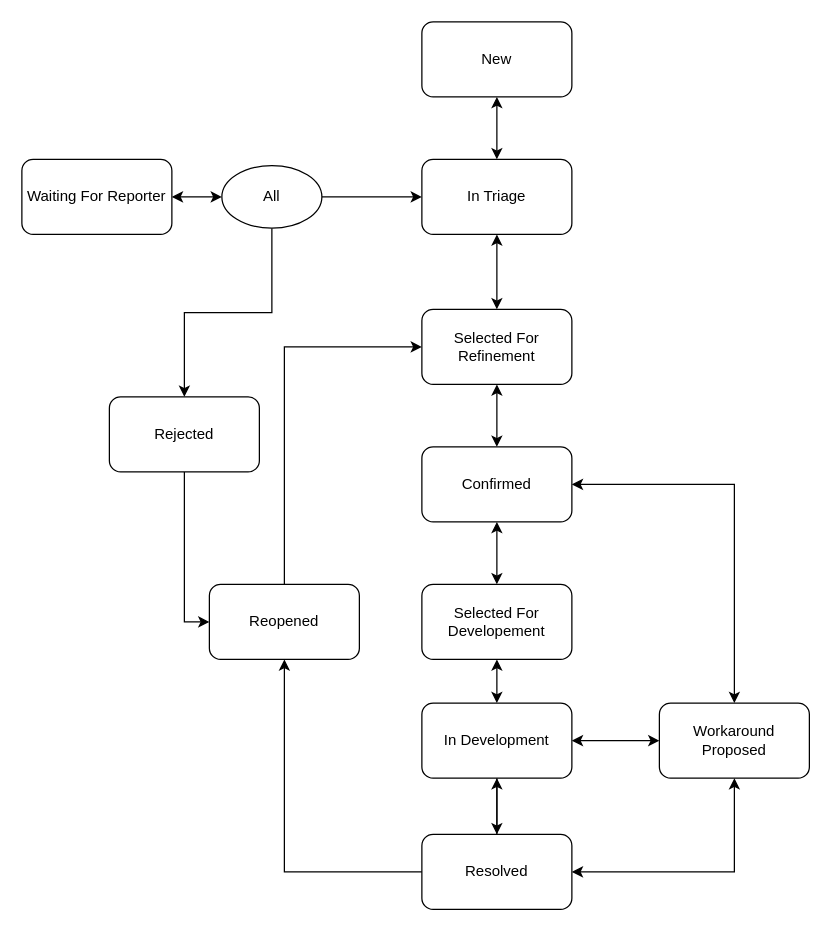
Above: Untitled Diagram.drawio in MKlimuszka/project-management (draw.io), before the change. Source tidied: cells renumbered, new cells numbered last; positions are measured from the earlier drawing's top-left corner, leaving out a move shared by most shapes. Both pictures are drawn from the tidied source at 125%, with x=0, y=0 at pixel (21, 21).
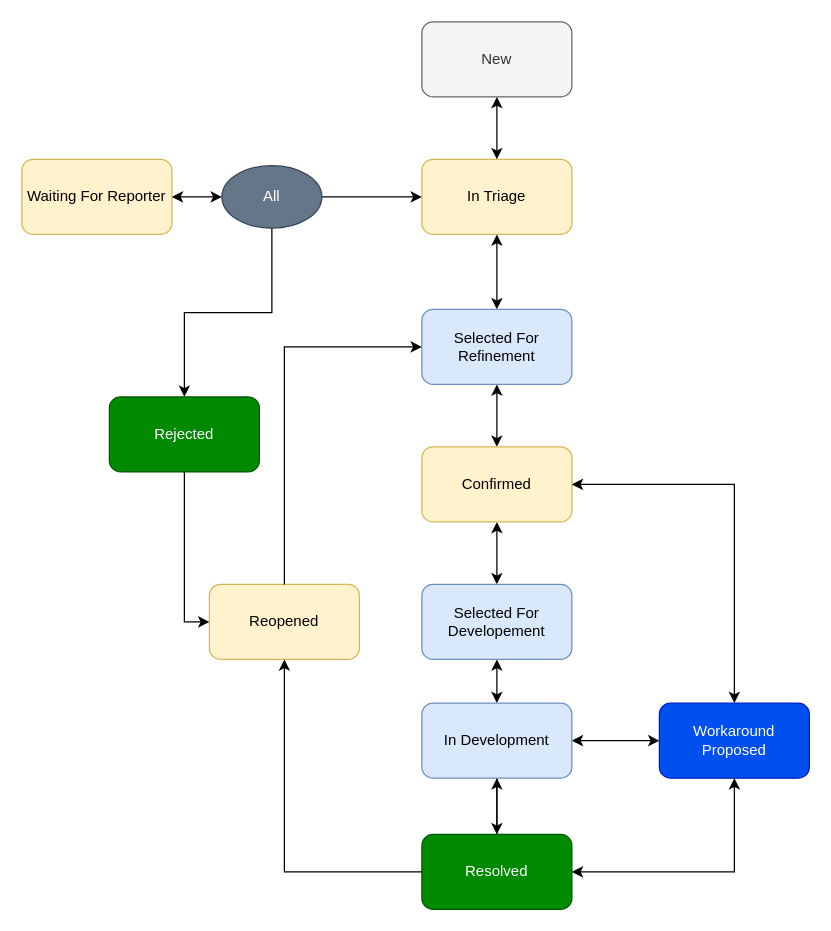
The same page after the edit.

Change to the diagram source:
```diff
@@
-    <mxCell id="2" value="New" style="rounded=1;whiteSpace=wrap;html=1;" parent="1" vertex="1">
+    <mxCell id="2" value="New" style="rounded=1;whiteSpace=wrap;html=1;fillColor=#f5f5f5;fontColor=#333333;strokeColor=#666666;" parent="1" vertex="1">
       <mxGeometry x="320" width="120" height="60" as="geometry" />
     </mxCell>
-    <mxCell id="3" value="Waiting For Reporter" style="rounded=1;whiteSpace=wrap;html=1;" parent="1" vertex="1">
+    <mxCell id="3" value="Waiting For Reporter" style="rounded=1;whiteSpace=wrap;html=1;fillColor=#fff2cc;strokeColor=#d6b656;" parent="1" vertex="1">
       <mxGeometry y="110" width="120" height="60" as="geometry" />
     </mxCell>
@@
-    <mxCell id="5" value="In Triage" style="rounded=1;whiteSpace=wrap;html=1;" parent="1" vertex="1">
+    <mxCell id="5" value="In Triage" style="rounded=1;whiteSpace=wrap;html=1;fillColor=#fff2cc;strokeColor=#d6b656;" parent="1" vertex="1">
       <mxGeometry x="320" y="110" width="120" height="60" as="geometry" />
     </mxCell>
@@
-    <mxCell id="7" value="&lt;div&gt;Selected For Refinement&lt;/div&gt;" style="rounded=1;whiteSpace=wrap;html=1;" parent="1" vertex="1">
+    <mxCell id="7" value="&lt;div&gt;Selected For Refinement&lt;/div&gt;" style="rounded=1;whiteSpace=wrap;html=1;fillColor=#dae8fc;strokeColor=#6c8ebf;" parent="1" vertex="1">
       <mxGeometry x="320" y="230" width="120" height="60" as="geometry" />
     </mxCell>
@@
-    <mxCell id="9" value="&lt;div&gt;Confirmed&lt;/div&gt;" style="rounded=1;whiteSpace=wrap;html=1;" parent="1" vertex="1">
+    <mxCell id="9" value="&lt;div&gt;Confirmed&lt;/div&gt;" style="rounded=1;whiteSpace=wrap;html=1;fillColor=#fff2cc;strokeColor=#d6b656;" parent="1" vertex="1">
       <mxGeometry x="320" y="340" width="120" height="60" as="geometry" />
     </mxCell>
@@
-    <mxCell id="11" value="Selected For Developement" style="rounded=1;whiteSpace=wrap;html=1;" parent="1" vertex="1">
+    <mxCell id="11" value="Selected For Developement" style="rounded=1;whiteSpace=wrap;html=1;fillColor=#dae8fc;strokeColor=#6c8ebf;" parent="1" vertex="1">
       <mxGeometry x="320" y="450" width="120" height="60" as="geometry" />
     </mxCell>
@@
-    <mxCell id="14" value="In Development" style="rounded=1;whiteSpace=wrap;html=1;" parent="1" vertex="1">
+    <mxCell id="14" value="In Development" style="rounded=1;whiteSpace=wrap;html=1;fillColor=#dae8fc;strokeColor=#6c8ebf;" parent="1" vertex="1">
       <mxGeometry x="320" y="545" width="120" height="60" as="geometry" />
     </mxCell>
-    <mxCell id="15" value="Workaround Proposed" style="rounded=1;whiteSpace=wrap;html=1;" parent="1" vertex="1">
+    <mxCell id="15" value="Workaround Proposed" style="rounded=1;whiteSpace=wrap;html=1;fillColor=#0050ef;fontColor=#ffffff;strokeColor=#001DBC;" parent="1" vertex="1">
       <mxGeometry x="510" y="545" width="120" height="60" as="geometry" />
     </mxCell>
@@
-    <mxCell id="17" value="Resolved" style="rounded=1;whiteSpace=wrap;html=1;" parent="1" vertex="1">
+    <mxCell id="17" value="Resolved" style="rounded=1;whiteSpace=wrap;html=1;fillColor=#008a00;fontColor=#ffffff;strokeColor=#005700;" parent="1" vertex="1">
       <mxGeometry x="320" y="650" width="120" height="60" as="geometry" />
     </mxCell>
-    <mxCell id="18" value="Rejected" style="rounded=1;whiteSpace=wrap;html=1;" parent="1" vertex="1">
+    <mxCell id="18" value="Rejected" style="rounded=1;whiteSpace=wrap;html=1;fillColor=#008a00;strokeColor=#005700;fontColor=#ffffff;" parent="1" vertex="1">
       <mxGeometry x="70" y="300" width="120" height="60" as="geometry" />
     </mxCell>
@@
-    <mxCell id="25" value="All" style="ellipse;whiteSpace=wrap;html=1;" parent="1" vertex="1">
+    <mxCell id="25" value="All" style="ellipse;whiteSpace=wrap;html=1;fillColor=#647687;fontColor=#ffffff;strokeColor=#314354;" parent="1" vertex="1">
       <mxGeometry x="160" y="115" width="80" height="50" as="geometry" />
     </mxCell>
-    <mxCell id="26" value="Reopened" style="rounded=1;whiteSpace=wrap;html=1;" parent="1" vertex="1">
+    <mxCell id="26" value="Reopened" style="rounded=1;whiteSpace=wrap;html=1;fillColor=#fff2cc;strokeColor=#d6b656;" parent="1" vertex="1">
       <mxGeometry x="150" y="450" width="120" height="60" as="geometry" />
     </mxCell>
```
